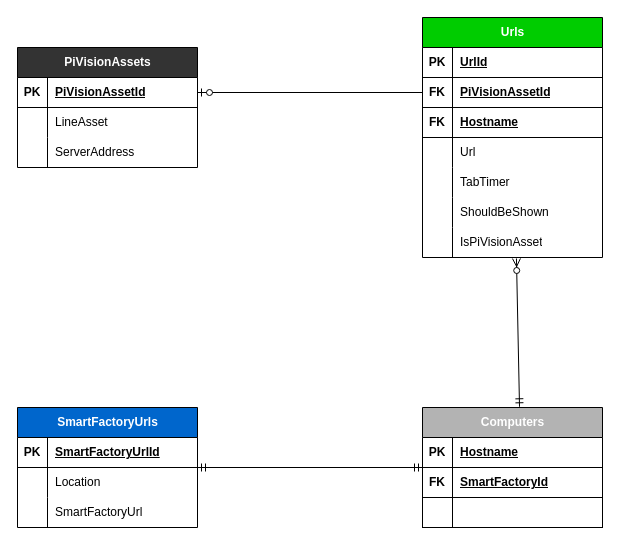
Above: ads_tables.drawio in josephkligel/diagrams (draw.io), before the change. Source tidied: cells renumbered, new cells numbered last; positions are measured from the earlier drawing's top-left corner, leaving out a move shared by most shapes. Both pictures are drawn from the tidied source at 100%, with x=0, y=0 at pixel (17, 17).
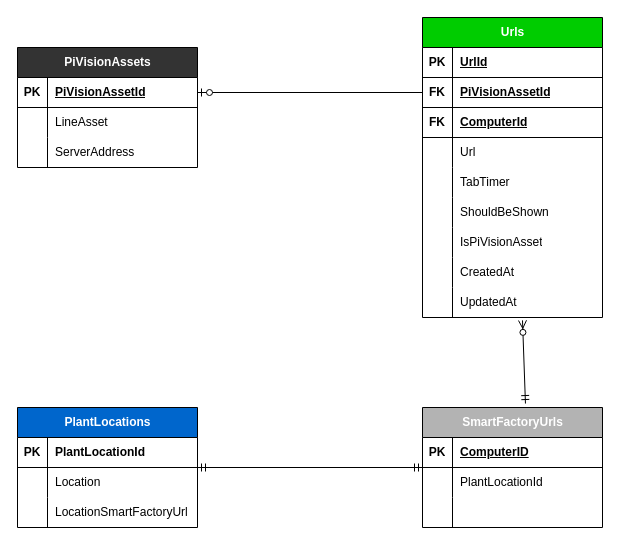
Above is the later version.

The change refers to these unchanged cells:
```xml
<mxCell id="19" style="shape=tableRow;horizontal=0;startSize=0;swimlaneHead=0;swimlaneBody=0;fillColor=none;top=0;left=0;right=0;bottom=1;" parent="12" vertex="1">
  <mxGeometry y="90" width="180" height="30" as="geometry" />
</mxCell>
<mxCell id="31" style="shape=tableRow;horizontal=0;startSize=0;swimlaneHead=0;swimlaneBody=0;fillColor=none;points=[[0,0.5],[1,0.5]];portConstraint=eastwest;top=0;left=0;right=0;bottom=0;" parent="12" vertex="1">
  <mxGeometry y="210" width="180" height="30" as="geometry" />
</mxCell>
```

What changed in the source:
```diff
@@
-    <mxCell id="2" value="&lt;font style=&quot;color: rgb(255, 255, 255);&quot;&gt;SmartF&lt;/font&gt;&lt;span style=&quot;color: light-dark(rgb(255, 255, 255), rgb(18, 18, 18)); background-color: transparent;&quot;&gt;actoryUrls&lt;/span&gt;" style="shape=table;startSize=30;childLayout=tableLayout;rowLines=0;fontStyle=1;align=center;html=1;fillColor=#0066CC;" parent="1" vertex="1">
+    <mxCell id="2" value="&lt;font color=&quot;#ffffff&quot;&gt;PlantLocations&lt;/font&gt;" style="shape=table;startSize=30;childLayout=tableLayout;rowLines=0;fontStyle=1;align=center;html=1;fillColor=#0066CC;" parent="1" vertex="1">
       <mxGeometry y="390" width="180" height="120" as="geometry" />
     </mxCell>
-    <mxCell id="3" style="shape=tableRow;horizontal=0;startSize=0;swimlaneHead=0;swimlaneBody=0;fillColor=none;top=0;left=0;right=0;bottom=1;" parent="2" vertex="1">
+    <mxCell id="3" style="shape=tableRow;horizontal=0;startSize=0;swimlaneHead=0;swimlaneBody=0;fillColor=none;top=0;left=0;right=0;bottom=1;fontStyle=0;" parent="2" vertex="1">
       <mxGeometry y="30" width="180" height="30" as="geometry" />
     </mxCell>
@@
-    <mxCell id="5" value="SmartFactoryUrlId" style="shape=partialRectangle;fillColor=none;top=0;left=0;bottom=0;right=0;align=left;spacingLeft=6;fontStyle=5;overflow=hidden;whiteSpace=wrap;html=1;" parent="3" vertex="1">
+    <mxCell id="5" value="PlantLocationId" style="shape=partialRectangle;fillColor=none;top=0;left=0;bottom=0;right=0;align=left;spacingLeft=6;fontStyle=1;overflow=hidden;whiteSpace=wrap;html=1;" parent="3" vertex="1">
       <mxGeometry x="30" width="150" height="30" as="geometry" />
     </mxCell>
-    <mxCell id="6" style="shape=tableRow;horizontal=0;startSize=0;swimlaneHead=0;swimlaneBody=0;fillColor=none;top=0;left=0;right=0;bottom=0;" parent="2" vertex="1">
+    <mxCell id="6" style="shape=tableRow;horizontal=0;startSize=0;swimlaneHead=0;swimlaneBody=0;fillColor=none;top=0;left=0;right=0;bottom=0;fontStyle=0;" parent="2" vertex="1">
       <mxGeometry y="60" width="180" height="30" as="geometry" />
     </mxCell>
-    <mxCell id="7" style="shape=partialRectangle;fillColor=none;top=0;left=0;bottom=0;right=0;overflow=hidden;whiteSpace=wrap;html=1;" parent="6" vertex="1">
+    <mxCell id="7" style="shape=partialRectangle;fillColor=none;top=0;left=0;bottom=0;right=0;overflow=hidden;whiteSpace=wrap;html=1;fontStyle=0;" parent="6" vertex="1">
       <mxGeometry width="30" height="30" as="geometry" />
     </mxCell>
-    <mxCell id="8" value="Location" style="shape=partialRectangle;fillColor=none;top=0;left=0;bottom=0;right=0;align=left;spacingLeft=6;overflow=hidden;whiteSpace=wrap;html=1;" parent="6" vertex="1">
+    <mxCell id="8" value="Location" style="shape=partialRectangle;fillColor=none;top=0;left=0;bottom=0;right=0;align=left;spacingLeft=6;overflow=hidden;whiteSpace=wrap;html=1;fontStyle=0;" parent="6" vertex="1">
       <mxGeometry x="30" width="150" height="30" as="geometry" />
     </mxCell>
-    <mxCell id="9" style="shape=tableRow;horizontal=0;startSize=0;swimlaneHead=0;swimlaneBody=0;fillColor=none;top=0;left=0;right=0;bottom=0;" parent="2" vertex="1">
+    <mxCell id="9" style="shape=tableRow;horizontal=0;startSize=0;swimlaneHead=0;swimlaneBody=0;fillColor=none;top=0;left=0;right=0;bottom=0;fontStyle=0;" parent="2" vertex="1">
       <mxGeometry y="90" width="180" height="30" as="geometry" />
     </mxCell>
-    <mxCell id="10" style="shape=partialRectangle;fillColor=none;top=0;left=0;bottom=0;right=0;overflow=hidden;whiteSpace=wrap;html=1;" parent="9" vertex="1">
+    <mxCell id="10" style="shape=partialRectangle;fillColor=none;top=0;left=0;bottom=0;right=0;overflow=hidden;whiteSpace=wrap;html=1;fontStyle=0;" parent="9" vertex="1">
       <mxGeometry width="30" height="30" as="geometry" />
     </mxCell>
-    <mxCell id="11" value="SmartFactoryUrl" style="shape=partialRectangle;fillColor=none;top=0;left=0;bottom=0;right=0;align=left;spacingLeft=6;overflow=hidden;whiteSpace=wrap;html=1;" parent="9" vertex="1">
+    <mxCell id="11" value="LocationSmartFactoryUrl" style="shape=partialRectangle;fillColor=none;top=0;left=0;bottom=0;right=0;align=left;spacingLeft=6;overflow=hidden;whiteSpace=wrap;html=1;fontStyle=0;" parent="9" vertex="1">
       <mxGeometry x="30" width="150" height="30" as="geometry" />
     </mxCell>
     <mxCell id="12" value="&lt;font style=&quot;color: rgb(255, 255, 255);&quot;&gt;Urls&lt;/font&gt;" style="shape=table;startSize=30;childLayout=tableLayout;rowLines=0;fontStyle=1;align=center;html=1;fillColor=#00CC00;" parent="1" vertex="1">
-      <mxGeometry x="405" width="180" height="240" as="geometry" />
+      <mxGeometry x="405" width="180" height="300" as="geometry" />
     </mxCell>
@@
-    <mxCell id="21" value="Hostname" style="shape=partialRectangle;fillColor=none;top=0;left=0;bottom=0;right=0;align=left;spacingLeft=6;fontStyle=5;overflow=hidden;whiteSpace=wrap;html=1;" parent="19" vertex="1">
+    <mxCell id="21" value="ComputerId" style="shape=partialRectangle;fillColor=none;top=0;left=0;bottom=0;right=0;align=left;spacingLeft=6;fontStyle=5;overflow=hidden;whiteSpace=wrap;html=1;" parent="19" vertex="1">
       <mxGeometry x="30" width="150" height="30" as="geometry" />
     </mxCell>
@@
+    <mxCell id="57" style="shape=tableRow;horizontal=0;startSize=0;swimlaneHead=0;swimlaneBody=0;fillColor=none;top=0;left=0;right=0;bottom=0;" parent="12" vertex="1">
+      <mxGeometry y="240" width="180" height="30" as="geometry" />
+    </mxCell>
+    <mxCell id="58" style="shape=partialRectangle;fillColor=none;top=0;left=0;bottom=0;right=0;overflow=hidden;whiteSpace=wrap;html=1;" parent="57" vertex="1">
+      <mxGeometry width="30" height="30" as="geometry" />
+    </mxCell>
+    <mxCell id="59" value="CreatedAt" style="shape=partialRectangle;fillColor=none;top=0;left=0;bottom=0;right=0;align=left;spacingLeft=6;overflow=hidden;whiteSpace=wrap;html=1;" parent="57" vertex="1">
+      <mxGeometry x="30" width="150" height="30" as="geometry" />
+    </mxCell>
+    <mxCell id="60" style="shape=tableRow;horizontal=0;startSize=0;swimlaneHead=0;swimlaneBody=0;fillColor=none;top=0;left=0;right=0;bottom=0;" parent="12" vertex="1">
+      <mxGeometry y="270" width="180" height="30" as="geometry" />
+    </mxCell>
+    <mxCell id="61" style="shape=partialRectangle;fillColor=none;top=0;left=0;bottom=0;right=0;overflow=hidden;whiteSpace=wrap;html=1;" parent="60" vertex="1">
+      <mxGeometry width="30" height="30" as="geometry" />
+    </mxCell>
+    <mxCell id="62" value="UpdatedAt" style="shape=partialRectangle;fillColor=none;top=0;left=0;bottom=0;right=0;align=left;spacingLeft=6;overflow=hidden;whiteSpace=wrap;html=1;" parent="60" vertex="1">
+      <mxGeometry x="30" width="150" height="30" as="geometry" />
+    </mxCell>
@@
-    <mxCell id="44" value="&lt;font style=&quot;color: rgb(255, 255, 255);&quot;&gt;Computers&lt;/font&gt;" style="shape=table;startSize=30;childLayout=tableLayout;rowLines=0;fontStyle=1;align=center;html=1;fillColor=#B3B3B3;" parent="1" vertex="1">
-      <mxGeometry x="405" y="390" width="180" height="120" as="geometry" />
-    </mxCell>
-    <mxCell id="45" style="shape=tableRow;horizontal=0;startSize=0;swimlaneHead=0;swimlaneBody=0;fillColor=none;top=0;left=0;right=0;bottom=1;" parent="44" vertex="1">
-      <mxGeometry y="30" width="180" height="30" as="geometry" />
-    </mxCell>
-    <mxCell id="46" value="PK" style="shape=partialRectangle;fillColor=none;top=0;left=0;bottom=0;right=0;fontStyle=1;overflow=hidden;whiteSpace=wrap;html=1;" parent="45" vertex="1">
-      <mxGeometry width="30" height="30" as="geometry" />
-    </mxCell>
-    <mxCell id="47" value="Hostname" style="shape=partialRectangle;fillColor=none;top=0;left=0;bottom=0;right=0;align=left;spacingLeft=6;fontStyle=5;overflow=hidden;whiteSpace=wrap;html=1;" parent="45" vertex="1">
-      <mxGeometry x="30" width="150" height="30" as="geometry" />
-    </mxCell>
-    <mxCell id="48" style="shape=tableRow;horizontal=0;startSize=0;swimlaneHead=0;swimlaneBody=0;fillColor=none;top=0;left=0;right=0;bottom=1;" parent="44" vertex="1">
-      <mxGeometry y="60" width="180" height="30" as="geometry" />
-    </mxCell>
-    <mxCell id="49" value="FK" style="shape=partialRectangle;fillColor=none;top=0;left=0;bottom=0;right=0;fontStyle=1;overflow=hidden;whiteSpace=wrap;html=1;" parent="48" vertex="1">
-      <mxGeometry width="30" height="30" as="geometry" />
-    </mxCell>
-    <mxCell id="50" value="SmartFactoryId" style="shape=partialRectangle;fillColor=none;top=0;left=0;bottom=0;right=0;align=left;spacingLeft=6;fontStyle=5;overflow=hidden;whiteSpace=wrap;html=1;" parent="48" vertex="1">
-      <mxGeometry x="30" width="150" height="30" as="geometry" />
-    </mxCell>
-    <mxCell id="51" style="shape=tableRow;horizontal=0;startSize=0;swimlaneHead=0;swimlaneBody=0;fillColor=none;top=0;left=0;right=0;bottom=1;" parent="44" vertex="1">
-      <mxGeometry y="90" width="180" height="30" as="geometry" />
-    </mxCell>
-    <mxCell id="52" style="shape=partialRectangle;fillColor=none;top=0;left=0;bottom=0;right=0;fontStyle=0;overflow=hidden;whiteSpace=wrap;html=1;" parent="51" vertex="1">
-      <mxGeometry width="30" height="30" as="geometry" />
-    </mxCell>
-    <mxCell id="53" style="shape=partialRectangle;fillColor=none;top=0;left=0;bottom=0;right=0;align=left;spacingLeft=6;fontStyle=5;overflow=hidden;whiteSpace=wrap;html=1;" parent="51" vertex="1">
-      <mxGeometry x="30" width="150" height="30" as="geometry" />
-    </mxCell>
-    <mxCell id="54" style="fontSize=12;html=1;endArrow=ERzeroToMany;startArrow=ERmandOne;rounded=0;entryX=0.522;entryY=1.033;entryDx=0;entryDy=0;entryPerimeter=0;exitX=0.539;exitY=-0.006;exitDx=0;exitDy=0;exitPerimeter=0;" parent="1" edge="1" source="44" target="31">
-      <mxGeometry relative="1" as="geometry" />
+    <mxCell id="54" style="fontSize=12;html=1;endArrow=ERzeroToMany;startArrow=ERmandOne;rounded=0;exitX=0.572;exitY=-0.033;exitDx=0;exitDy=0;exitPerimeter=0;entryX=0.517;entryY=1.067;entryDx=0;entryDy=0;entryPerimeter=0;" parent="1" edge="1" source="64">
+      <mxGeometry relative="1" as="geometry">
+        <mxPoint x="505" y="302.9" as="targetPoint" />
+      </mxGeometry>
     </mxCell>
@@
+    <mxCell id="63" style="shape=tableRow;horizontal=0;startSize=0;swimlaneHead=0;swimlaneBody=0;fillColor=none;top=0;left=0;right=0;bottom=0;" parent="1" vertex="1">
+      <mxGeometry x="405" y="480" width="180" height="30" as="geometry" />
+    </mxCell>
+    <mxCell id="64" value="&lt;font style=&quot;color: rgb(255, 255, 255);&quot;&gt;SmartF&lt;/font&gt;&lt;span style=&quot;color: light-dark(rgb(255, 255, 255), rgb(18, 18, 18)); background-color: transparent;&quot;&gt;actoryUrls&lt;/span&gt;" style="shape=table;startSize=30;childLayout=tableLayout;rowLines=0;fontStyle=1;align=center;html=1;fillColor=#B3B3B3;" parent="1" vertex="1">
+      <mxGeometry x="405" y="390" width="180" height="120" as="geometry" />
+    </mxCell>
+    <mxCell id="45" style="shape=tableRow;horizontal=0;startSize=0;swimlaneHead=0;swimlaneBody=0;fillColor=none;top=0;left=0;right=0;bottom=1;" parent="64" vertex="1">
+      <mxGeometry y="30" width="180" height="30" as="geometry" />
+    </mxCell>
+    <mxCell id="46" value="PK" style="shape=partialRectangle;fillColor=none;top=0;left=0;bottom=0;right=0;fontStyle=1;overflow=hidden;whiteSpace=wrap;html=1;" parent="45" vertex="1">
+      <mxGeometry width="30" height="30" as="geometry" />
+    </mxCell>
+    <mxCell id="65" value="ComputerID" style="shape=partialRectangle;fillColor=none;top=0;left=0;bottom=0;right=0;align=left;spacingLeft=6;fontStyle=5;overflow=hidden;whiteSpace=wrap;html=1;" parent="45" vertex="1">
+      <mxGeometry x="30" width="150" height="30" as="geometry" />
+    </mxCell>
+    <mxCell id="66" style="shape=tableRow;horizontal=0;startSize=0;swimlaneHead=0;swimlaneBody=0;fillColor=none;top=0;left=0;right=0;bottom=0;" parent="64" vertex="1">
+      <mxGeometry y="60" width="180" height="30" as="geometry" />
+    </mxCell>
+    <mxCell id="67" style="shape=partialRectangle;fillColor=none;top=0;left=0;bottom=0;right=0;overflow=hidden;whiteSpace=wrap;html=1;" parent="66" vertex="1">
+      <mxGeometry width="30" height="30" as="geometry" />
+    </mxCell>
+    <mxCell id="68" value="PlantLocationId" style="shape=partialRectangle;fillColor=none;top=0;left=0;bottom=0;right=0;align=left;spacingLeft=6;overflow=hidden;whiteSpace=wrap;html=1;" parent="66" vertex="1">
+      <mxGeometry x="30" width="150" height="30" as="geometry" />
+    </mxCell>
+    <mxCell id="69" style="shape=tableRow;horizontal=0;startSize=0;swimlaneHead=0;swimlaneBody=0;fillColor=none;top=0;left=0;right=0;bottom=0;" parent="64" vertex="1">
+      <mxGeometry y="90" width="180" height="30" as="geometry" />
+    </mxCell>
+    <mxCell id="70" style="shape=partialRectangle;fillColor=none;top=0;left=0;bottom=0;right=0;overflow=hidden;whiteSpace=wrap;html=1;" parent="69" vertex="1">
+      <mxGeometry width="30" height="30" as="geometry" />
+    </mxCell>
+    <mxCell id="71" style="shape=partialRectangle;fillColor=none;top=0;left=0;bottom=0;right=0;align=left;spacingLeft=6;overflow=hidden;whiteSpace=wrap;html=1;" parent="69" vertex="1">
+      <mxGeometry x="30" width="150" height="30" as="geometry" />
+    </mxCell>
```
